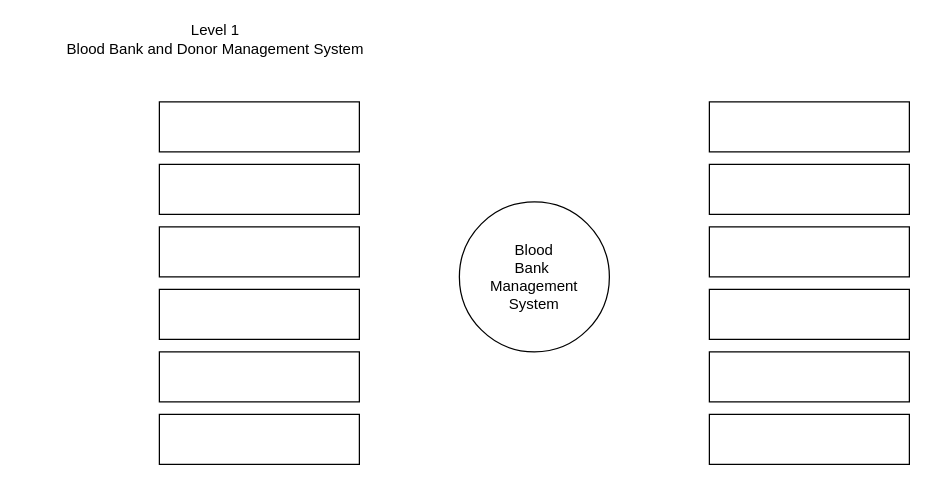
NidhiGanthi/nidhi keeps this draw.io diagram as Level 1.drawio. Above is the earlier version. Source tidied: cells renumbered, new cells numbered last; positions are measured from the earlier drawing's top-left corner, leaving out a move shared by most shapes. Both pictures are drawn from the tidied source at 125%, with x=0, y=0 at pixel (21, 26).
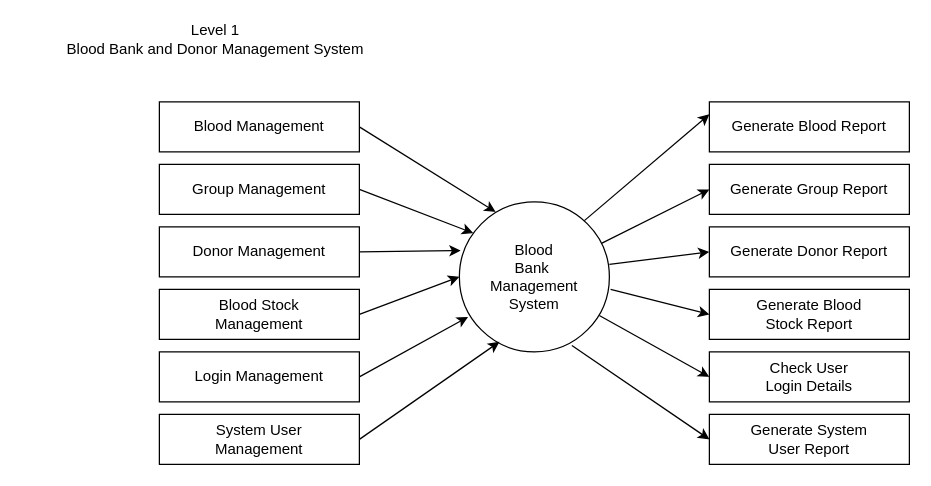
The same diagram, later.

The change refers to these unchanged cells:
```xml
<mxCell id="3" value="Blood&lt;br&gt;Bank&amp;nbsp;&lt;br&gt;Management&lt;br&gt;System" style="ellipse;whiteSpace=wrap;html=1;" parent="1" vertex="1">
  <mxGeometry x="350" y="140" width="120" height="120" as="geometry" />
</mxCell>
```

Diff of the diagram source:
```diff
@@
-    <mxCell id="4" style="rounded=0;whiteSpace=wrap;html=1;" parent="1" vertex="1">
+    <mxCell id="4" value="Generate Blood Report" style="rounded=0;whiteSpace=wrap;html=1;" parent="1" vertex="1">
       <mxGeometry x="550" y="60" width="160" height="40" as="geometry" />
     </mxCell>
-    <mxCell id="5" style="rounded=0;whiteSpace=wrap;html=1;" parent="1" vertex="1">
+    <mxCell id="5" value="Generate Group Report" style="rounded=0;whiteSpace=wrap;html=1;" parent="1" vertex="1">
       <mxGeometry x="550" y="110" width="160" height="40" as="geometry" />
     </mxCell>
-    <mxCell id="6" style="rounded=0;whiteSpace=wrap;html=1;" parent="1" vertex="1">
+    <mxCell id="6" value="Generate Donor&amp;nbsp;Report" style="rounded=0;whiteSpace=wrap;html=1;" parent="1" vertex="1">
       <mxGeometry x="550" y="160" width="160" height="40" as="geometry" />
     </mxCell>
-    <mxCell id="7" style="rounded=0;whiteSpace=wrap;html=1;" parent="1" vertex="1">
+    <mxCell id="7" value="Generate Blood&lt;br&gt;Stock Report" style="rounded=0;whiteSpace=wrap;html=1;" parent="1" vertex="1">
       <mxGeometry x="550" y="210" width="160" height="40" as="geometry" />
     </mxCell>
-    <mxCell id="8" style="rounded=0;whiteSpace=wrap;html=1;" parent="1" vertex="1">
+    <mxCell id="8" value="Generate System&lt;br&gt;User Report" style="rounded=0;whiteSpace=wrap;html=1;" parent="1" vertex="1">
       <mxGeometry x="550" y="310" width="160" height="40" as="geometry" />
     </mxCell>
-    <mxCell id="9" style="rounded=0;whiteSpace=wrap;html=1;" parent="1" vertex="1">
+    <mxCell id="9" value="Check User&lt;br&gt;Login Details" style="rounded=0;whiteSpace=wrap;html=1;" parent="1" vertex="1">
       <mxGeometry x="550" y="260" width="160" height="40" as="geometry" />
     </mxCell>
-    <mxCell id="10" style="rounded=0;whiteSpace=wrap;html=1;" parent="1" vertex="1">
+    <mxCell id="10" value="System User&lt;br&gt;Management" style="rounded=0;whiteSpace=wrap;html=1;" parent="1" vertex="1">
       <mxGeometry x="110" y="310" width="160" height="40" as="geometry" />
     </mxCell>
-    <mxCell id="11" style="rounded=0;whiteSpace=wrap;html=1;" parent="1" vertex="1">
+    <mxCell id="11" value="Login Management" style="rounded=0;whiteSpace=wrap;html=1;" parent="1" vertex="1">
       <mxGeometry x="110" y="260" width="160" height="40" as="geometry" />
     </mxCell>
-    <mxCell id="12" style="rounded=0;whiteSpace=wrap;html=1;" parent="1" vertex="1">
+    <mxCell id="12" value="Blood Stock&lt;br&gt;Management" style="rounded=0;whiteSpace=wrap;html=1;" parent="1" vertex="1">
       <mxGeometry x="110" y="210" width="160" height="40" as="geometry" />
     </mxCell>
-    <mxCell id="13" style="rounded=0;whiteSpace=wrap;html=1;" parent="1" vertex="1">
+    <mxCell id="13" value="Blood Management" style="rounded=0;whiteSpace=wrap;html=1;" parent="1" vertex="1">
       <mxGeometry x="110" y="60" width="160" height="40" as="geometry" />
     </mxCell>
-    <mxCell id="14" style="rounded=0;whiteSpace=wrap;html=1;" parent="1" vertex="1">
+    <mxCell id="14" value="Group Management" style="rounded=0;whiteSpace=wrap;html=1;" parent="1" vertex="1">
       <mxGeometry x="110" y="110" width="160" height="40" as="geometry" />
     </mxCell>
-    <mxCell id="15" style="rounded=0;whiteSpace=wrap;html=1;" parent="1" vertex="1">
+    <mxCell id="15" value="Donor Management" style="rounded=0;whiteSpace=wrap;html=1;" parent="1" vertex="1">
       <mxGeometry x="110" y="160" width="160" height="40" as="geometry" />
     </mxCell>
+    <mxCell id="16" style="endArrow=classic;html=1;exitX=1;exitY=0.5;exitDx=0;exitDy=0;entryX=0.267;entryY=0.933;entryDx=0;entryDy=0;entryPerimeter=0;" parent="1" edge="1" source="10" target="3">
+      <mxGeometry relative="1" as="geometry" />
+    </mxCell>
+    <mxCell id="17" style="endArrow=classic;html=1;entryX=0.058;entryY=0.767;entryDx=0;entryDy=0;entryPerimeter=0;" parent="1" edge="1" target="3">
+      <mxGeometry relative="1" as="geometry">
+        <mxPoint x="270" y="280" as="sourcePoint" />
+      </mxGeometry>
+    </mxCell>
+    <mxCell id="18" style="endArrow=classic;html=1;exitX=1;exitY=0.5;exitDx=0;exitDy=0;entryX=0;entryY=0.5;entryDx=0;entryDy=0;" parent="1" edge="1" source="12" target="3">
+      <mxGeometry relative="1" as="geometry" />
+    </mxCell>
+    <mxCell id="19" style="endArrow=classic;html=1;entryX=0.008;entryY=0.325;entryDx=0;entryDy=0;entryPerimeter=0;" parent="1" edge="1" target="3">
+      <mxGeometry relative="1" as="geometry">
+        <mxPoint x="270" y="180" as="sourcePoint" />
+      </mxGeometry>
+    </mxCell>
+    <mxCell id="20" style="endArrow=classic;html=1;entryX=0.092;entryY=0.208;entryDx=0;entryDy=0;entryPerimeter=0;" parent="1" edge="1" target="3">
+      <mxGeometry relative="1" as="geometry">
+        <mxPoint x="270" y="130" as="sourcePoint" />
+      </mxGeometry>
+    </mxCell>
+    <mxCell id="21" style="endArrow=classic;html=1;entryX=0.242;entryY=0.067;entryDx=0;entryDy=0;entryPerimeter=0;" parent="1" edge="1" target="3">
+      <mxGeometry relative="1" as="geometry">
+        <mxPoint x="270" y="80" as="sourcePoint" />
+      </mxGeometry>
+    </mxCell>
+    <mxCell id="22" style="endArrow=classic;html=1;entryX=0;entryY=0.5;entryDx=0;entryDy=0;exitX=0.75;exitY=0.958;exitDx=0;exitDy=0;exitPerimeter=0;" parent="1" edge="1" source="3" target="8">
+      <mxGeometry relative="1" as="geometry" />
+    </mxCell>
+    <mxCell id="23" style="endArrow=classic;html=1;exitX=0.933;exitY=0.758;exitDx=0;exitDy=0;entryX=0;entryY=0.5;entryDx=0;entryDy=0;exitPerimeter=0;" parent="1" edge="1" source="3" target="9">
+      <mxGeometry relative="1" as="geometry" />
+    </mxCell>
+    <mxCell id="24" style="endArrow=classic;html=1;entryX=0;entryY=0.5;entryDx=0;entryDy=0;" parent="1" edge="1" target="7">
+      <mxGeometry relative="1" as="geometry">
+        <mxPoint x="471" y="210" as="sourcePoint" />
+      </mxGeometry>
+    </mxCell>
+    <mxCell id="25" style="endArrow=classic;html=1;entryX=0;entryY=0.5;entryDx=0;entryDy=0;exitX=1;exitY=0.417;exitDx=0;exitDy=0;exitPerimeter=0;" parent="1" edge="1" source="3" target="6">
+      <mxGeometry relative="1" as="geometry" />
+    </mxCell>
+    <mxCell id="26" style="endArrow=classic;html=1;entryX=0;entryY=0.25;entryDx=0;entryDy=0;" parent="1" edge="1" target="4">
+      <mxGeometry relative="1" as="geometry">
+        <mxPoint x="450" y="155" as="sourcePoint" />
+      </mxGeometry>
+    </mxCell>
+    <mxCell id="27" style="endArrow=classic;html=1;entryX=0;entryY=0.5;entryDx=0;entryDy=0;" parent="1" edge="1" source="3" target="5">
+      <mxGeometry relative="1" as="geometry" />
+    </mxCell>
```
